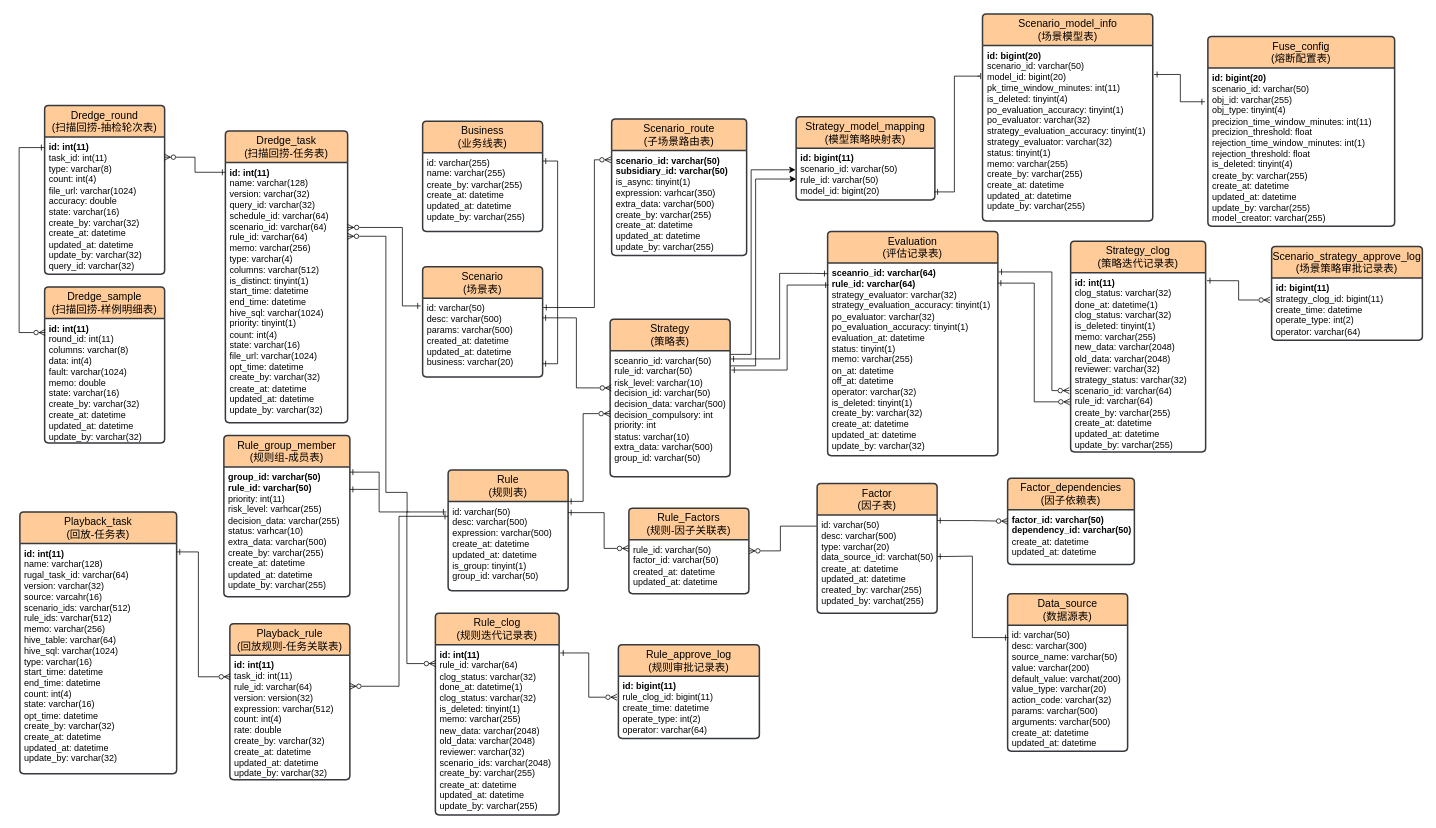
Before: pictures/hammurabi-er1.drawio in Pumpkin9841/pictures, a draw.io diagram. Source tidied: cells renumbered, new cells numbered last; positions are measured from the earlier drawing's top-left corner, leaving out a move shared by most shapes. Both pictures are drawn from the tidied source at 75%, with x=0, y=0 at pixel (19, 14).
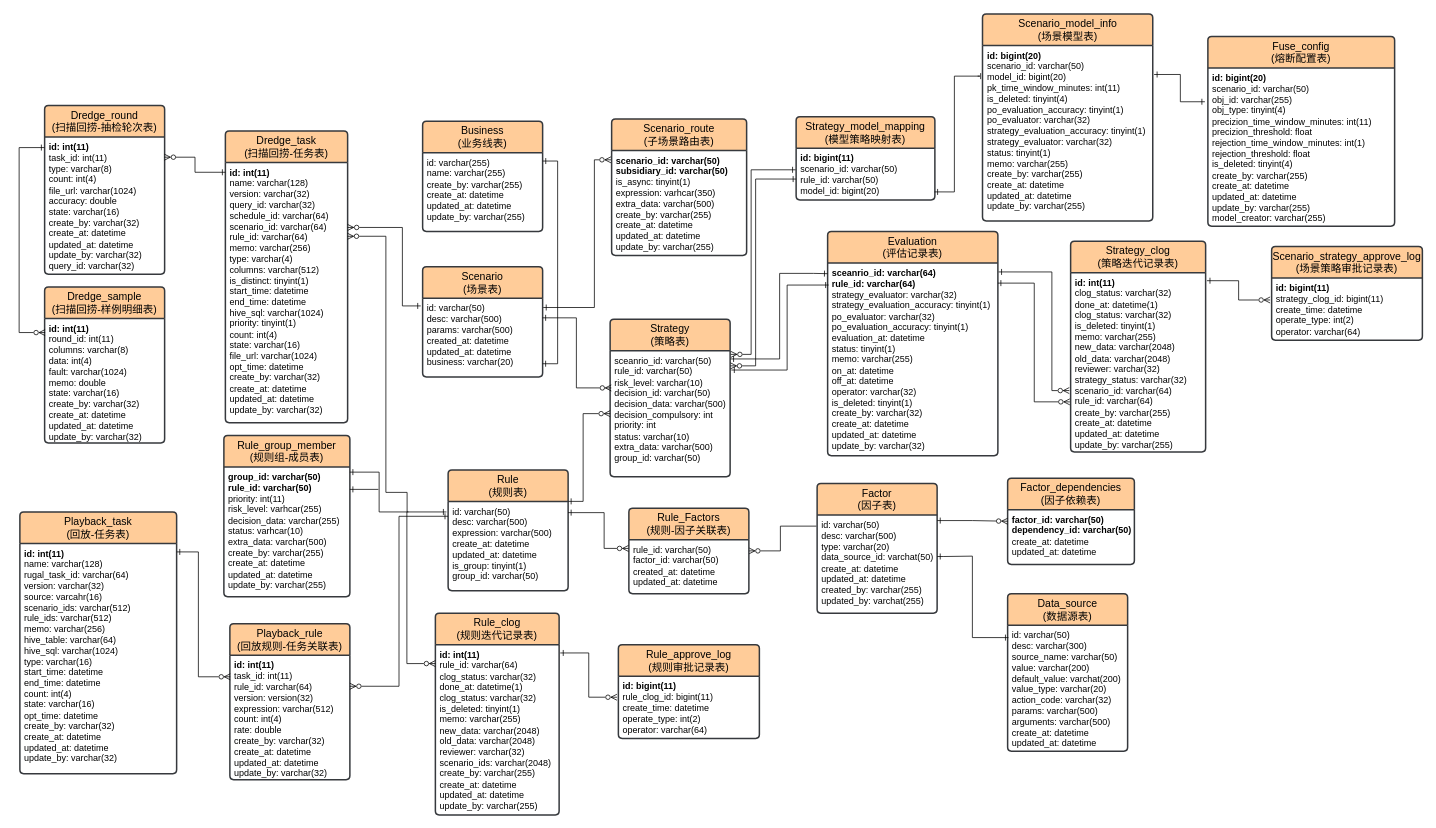
The same page after the edit.

The change refers to these unchanged cells:
```xml
<mxCell id="16" value="sceanrio_id: varchar(50)&lt;br&gt;rule_id: varchar(50)&lt;br&gt;risk_level: varchar(10)&lt;br&gt;decision_id: varchar(50)&lt;br&gt;decision_data: varchar(500)&lt;br&gt;decision_compulsory: int&lt;br&gt;priority: int&lt;br&gt;status: varchar(10)&lt;br&gt;extra_data: varchar(500)&lt;br&gt;group_id: varchar(50)" style="align=left;strokeColor=none;fillColor=none;spacingLeft=4;fontSize=12;verticalAlign=top;html=1;" parent="15" vertex="1">
  <mxGeometry y="42" width="160" height="168" as="geometry" />
</mxCell>
<mxCell id="72" value="Strategy_model_mapping&lt;br&gt;(模型策略映射表)" style="swimlane;horizontal=1;startSize=42;rounded=1;fontSize=14;fontStyle=0;strokeWidth=2;shadow=0;dashed=0;align=center;arcSize=4;whiteSpace=wrap;html=1;fillColor=#ffcc99;strokeColor=#36393d;" parent="1" vertex="1">
  <mxGeometry x="1036" y="137" width="185" height="111" as="geometry" />
</mxCell>
<mxCell id="73" value="&lt;b&gt;id: bigint(11)&lt;br&gt;&lt;/b&gt;scenario_id: varchar(50)&lt;br&gt;rule_id: varchar(50)&lt;br&gt;model_id: bigint(20)" style="align=left;strokeColor=none;fillColor=none;spacingLeft=4;fontSize=12;verticalAlign=top;html=1;" parent="72" vertex="1">
  <mxGeometry y="42" width="185" height="69" as="geometry" />
</mxCell>
```

Change to the diagram source:
```diff
@@
-    <mxCell id="92" style="edgeStyle=orthogonalEdgeStyle;rounded=0;jettySize=auto;html=1;entryX=-0.004;entryY=0.419;entryDx=0;entryDy=0;entryPerimeter=0;" parent="1" edge="1" target="73">
+    <mxCell id="92" style="edgeStyle=orthogonalEdgeStyle;rounded=0;jettySize=auto;html=1;entryX=-0.004;entryY=0.419;entryDx=0;entryDy=0;entryPerimeter=0;startArrow=ERzeroToMany;startFill=0;endArrow=ERone;endFill=0;" parent="1" edge="1" target="73">
       <mxGeometry relative="1" as="geometry">
         <mxPoint x="949" y="454" as="sourcePoint" />
         <Array as="points">
           <mxPoint x="976" y="454" />
           <mxPoint x="976" y="208" />
         </Array>
       </mxGeometry>
     </mxCell>
-    <mxCell id="93" style="edgeStyle=orthogonalEdgeStyle;rounded=0;jettySize=auto;html=1;entryX=0;entryY=0.75;entryDx=0;entryDy=0;exitX=1.003;exitY=0.121;exitDx=0;exitDy=0;exitPerimeter=0;" parent="1" edge="1" source="16" target="72">
+    <mxCell id="93" style="edgeStyle=orthogonalEdgeStyle;rounded=0;jettySize=auto;html=1;entryX=0;entryY=0.75;entryDx=0;entryDy=0;exitX=1.003;exitY=0.121;exitDx=0;exitDy=0;exitPerimeter=0;startArrow=ERzeroToMany;startFill=0;endArrow=ERone;endFill=0;" parent="1" edge="1" source="16" target="72">
       <mxGeometry relative="1" as="geometry">
         <Array as="points">
           <mxPoint x="982" y="469" />
           <mxPoint x="982" y="220" />
         </Array>
       </mxGeometry>
     </mxCell>
```
